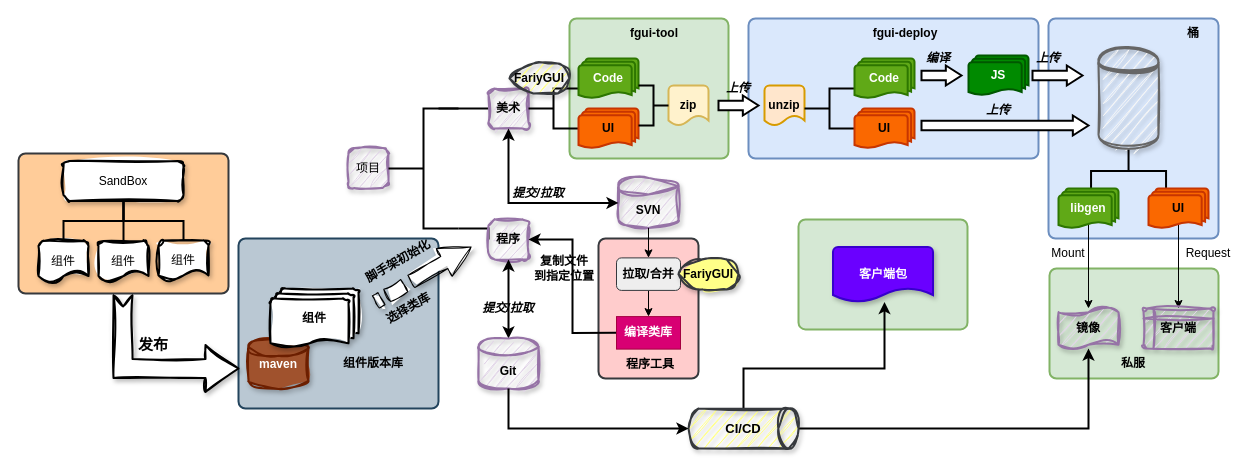
rgbwoo/draw-io keeps this draw.io diagram as 模版发布流水线.drawio. Above is the earlier version. Source tidied: cells renumbered, new cells numbered last; positions are measured from the earlier drawing's top-left corner, leaving out a move shared by most shapes. Both pictures are drawn from the tidied source at 100%, with x=0, y=0 at pixel (18, 18).
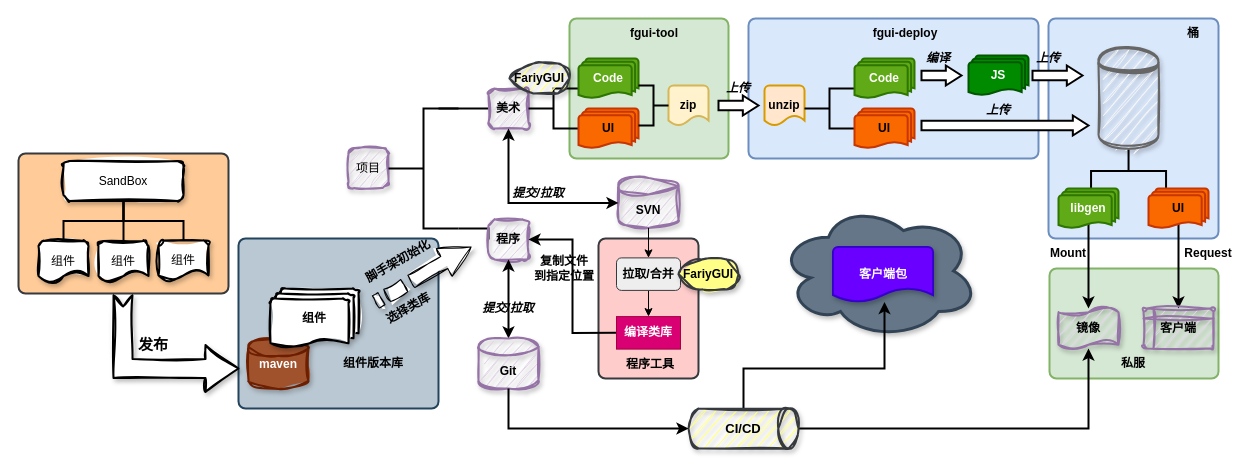
After the change.

Commit message:
更新模版发布流水线.drawio

The change refers to these unchanged cells:
```xml
<mxCell id="28" value="镜像" style="shape=tape;whiteSpace=wrap;html=1;strokeWidth=2;size=0.19;fontStyle=1;sketch=1;curveFitting=1;jiggle=2;shadow=1;fillColor=#e1d5e7;strokeColor=#9673a6;" parent="1" vertex="1">
  <mxGeometry x="1040" y="290" width="60" height="40" as="geometry" />
</mxCell>
<mxCell id="31" value="UI" style="strokeWidth=2;html=1;shape=mxgraph.flowchart.multi-document;whiteSpace=wrap;fontStyle=1;fillColor=#fa6800;fontColor=#000000;strokeColor=#C73500;" parent="1" vertex="1">
  <mxGeometry x="1130" y="170" width="60" height="40" as="geometry" />
</mxCell>
<mxCell id="33" value="libgen" style="strokeWidth=2;html=1;shape=mxgraph.flowchart.multi-document;whiteSpace=wrap;fontStyle=1;fillColor=#60a917;fontColor=#ffffff;strokeColor=#2D7600;" parent="1" vertex="1">
  <mxGeometry x="1040" y="170" width="60" height="40" as="geometry" />
</mxCell>
<mxCell id="34" value="&lt;div&gt;&lt;span style=&quot;background-color: initial;&quot;&gt;客户端&lt;/span&gt;&lt;br&gt;&lt;/div&gt;" style="shape=internalStorage;whiteSpace=wrap;html=1;dx=10;dy=10;rounded=1;arcSize=8;strokeWidth=2;fontStyle=1;sketch=1;curveFitting=1;jiggle=2;shadow=1;fillColor=#e1d5e7;strokeColor=#9673a6;" parent="1" vertex="1">
  <mxGeometry x="1125" y="290" width="70" height="40" as="geometry" />
</mxCell>
```

What changed in the source:
```diff
@@
+    <mxCell id="83" style="ellipse;shape=cloud;whiteSpace=wrap;html=1;fillColor=#647687;strokeColor=#314354;fontColor=#ffffff;shadow=1;strokeWidth=3;" parent="1" vertex="1">
+      <mxGeometry x="760" y="185.1" width="200" height="134.9" as="geometry" />
+    </mxCell>
@@
-    <mxCell id="30" style="edgeStyle=orthogonalEdgeStyle;rounded=0;jettySize=auto;html=1;exitX=0.5;exitY=0.88;exitDx=0;exitDy=0;exitPerimeter=0;entryX=0.5;entryY=0;entryDx=0;entryDy=0;" parent="1" edge="1" source="31" target="34">
+    <mxCell id="30" style="edgeStyle=orthogonalEdgeStyle;rounded=0;jettySize=auto;html=1;exitX=0.5;exitY=0.88;exitDx=0;exitDy=0;exitPerimeter=0;entryX=0.5;entryY=0;entryDx=0;entryDy=0;strokeWidth=2;" parent="1" edge="1" source="31" target="34">
       <mxGeometry relative="1" as="geometry" />
     </mxCell>
@@
-    <mxCell id="32" style="edgeStyle=orthogonalEdgeStyle;rounded=0;jettySize=auto;html=1;exitX=0.5;exitY=0.88;exitDx=0;exitDy=0;exitPerimeter=0;" parent="1" edge="1" source="33" target="28">
+    <mxCell id="32" style="edgeStyle=orthogonalEdgeStyle;rounded=0;jettySize=auto;html=1;exitX=0.5;exitY=0.88;exitDx=0;exitDy=0;exitPerimeter=0;strokeWidth=2;" parent="1" edge="1" source="33" target="28">
       <mxGeometry relative="1" as="geometry" />
     </mxCell>
@@
-    <mxCell id="35" value="Mount" style="text;strokeColor=none;align=center;fillColor=none;html=1;verticalAlign=middle;whiteSpace=wrap;rounded=0;" parent="1" vertex="1">
+    <mxCell id="35" value="Mount" style="text;strokeColor=none;align=center;fillColor=none;html=1;verticalAlign=middle;whiteSpace=wrap;rounded=0;fontStyle=1;" parent="1" vertex="1">
       <mxGeometry x="1020" y="220" width="60" height="30" as="geometry" />
     </mxCell>
-    <mxCell id="36" value="Request" style="text;strokeColor=none;align=center;fillColor=none;html=1;verticalAlign=middle;whiteSpace=wrap;rounded=0;" parent="1" vertex="1">
+    <mxCell id="36" value="Request" style="text;strokeColor=none;align=center;fillColor=none;html=1;verticalAlign=middle;whiteSpace=wrap;rounded=0;fontStyle=1;" parent="1" vertex="1">
       <mxGeometry x="1160" y="220" width="60" height="30" as="geometry" />
     </mxCell>
@@
-    <mxCell id="53" style="rounded=1;whiteSpace=wrap;html=1;absoluteArcSize=1;arcSize=14;strokeWidth=2;strokeColor=#82b366;labelBackgroundColor=none;fillColor=#d5e8d4;" parent="1" vertex="1">
-      <mxGeometry x="780" y="200.9" width="169" height="110" as="geometry" />
-    </mxCell>
```
